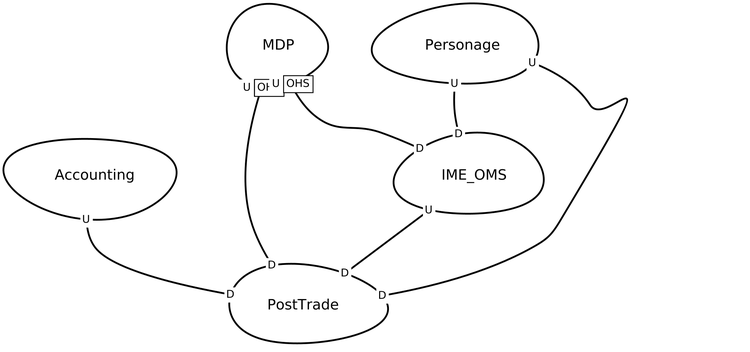
Earlier version of the Graphviz export src-gen/Ime_ContextMap.png (AmirBorzoei/ime-context-map). Its source is kept beside it as src-gen/Ime_ContextMap.gv.
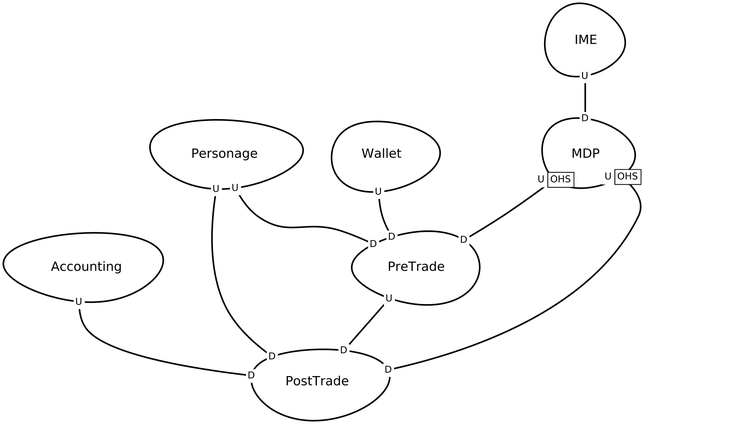
The same file after the commit.

The edit, as a diff of the source:
```diff
@@ -1,36 +1,48 @@
 digraph "ContextMapGraph" {
 graph ["imagepath"="/tmp/GraphvizJava"]
-"Accounting" ["margin"="0.3","orientation"="177","shape"="egg","fontsize"="16","style"="bold","label"="Accounting\n","fontname"="sans-serif"]
-"PostTrade" ["margin"="0.3","orientation"="56","shape"="egg","fontsize"="16","style"="bold","label"="PostTrade\n","fontname"="sans-serif"]
-"IME_OMS" ["margin"="0.3","orientation"="254","shape"="egg","fontsize"="16","style"="bold","label"="IME_OMS\n","fontname"="sans-serif"]
-"MDP" ["margin"="0.3","orientation"="134","shape"="egg","fontsize"="16","style"="bold","label"="MDP\n","fontname"="sans-serif"]
-"Personage" ["margin"="0.3","orientation"="242","shape"="egg","fontsize"="16","style"="bold","label"="Personage\n","fontname"="sans-serif"]
+"Accounting" ["margin"="0.3","orientation"="35","shape"="egg","fontsize"="16","style"="bold","label"="Accounting\n","fontname"="sans-serif"]
+"PostTrade" ["margin"="0.3","orientation"="157","shape"="egg","fontsize"="16","style"="bold","label"="PostTrade\n","fontname"="sans-serif"]
+"IME" ["margin"="0.3","orientation"="10","shape"="egg","fontsize"="16","style"="bold","label"="IME\n","fontname"="sans-serif"]
+"MDP" ["margin"="0.3","orientation"="301","shape"="egg","fontsize"="16","style"="bold","label"="MDP\n","fontname"="sans-serif"]
+"PreTrade" ["margin"="0.3","orientation"="37","shape"="egg","fontsize"="16","style"="bold","label"="PreTrade\n","fontname"="sans-serif"]
+"Personage" ["margin"="0.3","orientation"="178","shape"="egg","fontsize"="16","style"="bold","label"="Personage\n","fontname"="sans-serif"]
+"Wallet" ["margin"="0.3","orientation"="150","shape"="egg","fontsize"="16","style"="bold","label"="Wallet\n","fontname"="sans-serif"]
 "Accounting" -> "PostTrade" ["headlabel"=<<table cellspacing="0" cellborder="0" border="0">
 <tr><td bgcolor="white">D</td></tr>
 </table>>,"labeldistance"="0","fontsize"="12","taillabel"=<<table cellspacing="0" cellborder="0" border="0">
 <tr><td bgcolor="white">U</td></tr>
 </table>>,"style"="bold","label"="                                        ","dir"="none","fontname"="sans-serif"]
-"IME_OMS" -> "PostTrade" ["headlabel"=<<table cellspacing="0" cellborder="0" border="0">
+"IME" -> "MDP" ["headlabel"=<<table cellspacing="0" cellborder="0" border="0">
 <tr><td bgcolor="white">D</td></tr>
 </table>>,"labeldistance"="0","fontsize"="12","taillabel"=<<table cellspacing="0" cellborder="0" border="0">
 <tr><td bgcolor="white">U</td></tr>
+</table>>,"style"="bold","label"="                                        ","dir"="none","fontname"="sans-serif"]
+"MDP" -> "PreTrade" ["headlabel"=<<table cellspacing="0" cellborder="0" border="0">
+<tr><td bgcolor="white">D</td></tr>
+</table>>,"labeldistance"="0","fontsize"="12","taillabel"=<<table cellspacing="0" cellborder="1" border="0">
+<tr><td bgcolor="white" sides="r">U</td><td sides="trbl" bgcolor="white"><font>OHS</font></td></tr>
 </table>>,"style"="bold","label"="                                        ","dir"="none","fontname"="sans-serif"]
 "MDP" -> "PostTrade" ["headlabel"=<<table cellspacing="0" cellborder="0" border="0">
 <tr><td bgcolor="white">D</td></tr>
 </table>>,"labeldistance"="0","fontsize"="12","taillabel"=<<table cellspacing="0" cellborder="1" border="0">
 <tr><td bgcolor="white" sides="r">U</td><td sides="trbl" bgcolor="white"><font>OHS</font></td></tr>
 </table>>,"style"="bold","label"="                                        ","dir"="none","fontname"="sans-serif"]
-"MDP" -> "IME_OMS" ["headlabel"=<<table cellspacing="0" cellborder="0" border="0">
+"PreTrade" -> "PostTrade" ["headlabel"=<<table cellspacing="0" cellborder="0" border="0">
 <tr><td bgcolor="white">D</td></tr>
-</table>>,"labeldistance"="0","fontsize"="12","taillabel"=<<table cellspacing="0" cellborder="1" border="0">
-<tr><td bgcolor="white" sides="r">U</td><td sides="trbl" bgcolor="white"><font>OHS</font></td></tr>
+</table>>,"labeldistance"="0","fontsize"="12","taillabel"=<<table cellspacing="0" cellborder="0" border="0">
+<tr><td bgcolor="white">U</td></tr>
+</table>>,"style"="bold","label"="                                        ","dir"="none","fontname"="sans-serif"]
+"Personage" -> "PreTrade" ["headlabel"=<<table cellspacing="0" cellborder="0" border="0">
+<tr><td bgcolor="white">D</td></tr>
+</table>>,"labeldistance"="0","fontsize"="12","taillabel"=<<table cellspacing="0" cellborder="0" border="0">
+<tr><td bgcolor="white">U</td></tr>
 </table>>,"style"="bold","label"="                                        ","dir"="none","fontname"="sans-serif"]
 "Personage" -> "PostTrade" ["headlabel"=<<table cellspacing="0" cellborder="0" border="0">
 <tr><td bgcolor="white">D</td></tr>
 </table>>,"labeldistance"="0","fontsize"="12","taillabel"=<<table cellspacing="0" cellborder="0" border="0">
 <tr><td bgcolor="white">U</td></tr>
 </table>>,"style"="bold","label"="                                        ","dir"="none","fontname"="sans-serif"]
-"Personage" -> "IME_OMS" ["headlabel"=<<table cellspacing="0" cellborder="0" border="0">
+"Wallet" -> "PreTrade" ["headlabel"=<<table cellspacing="0" cellborder="0" border="0">
 <tr><td bgcolor="white">D</td></tr>
 </table>>,"labeldistance"="0","fontsize"="12","taillabel"=<<table cellspacing="0" cellborder="0" border="0">
 <tr><td bgcolor="white">U</td></tr>
```
